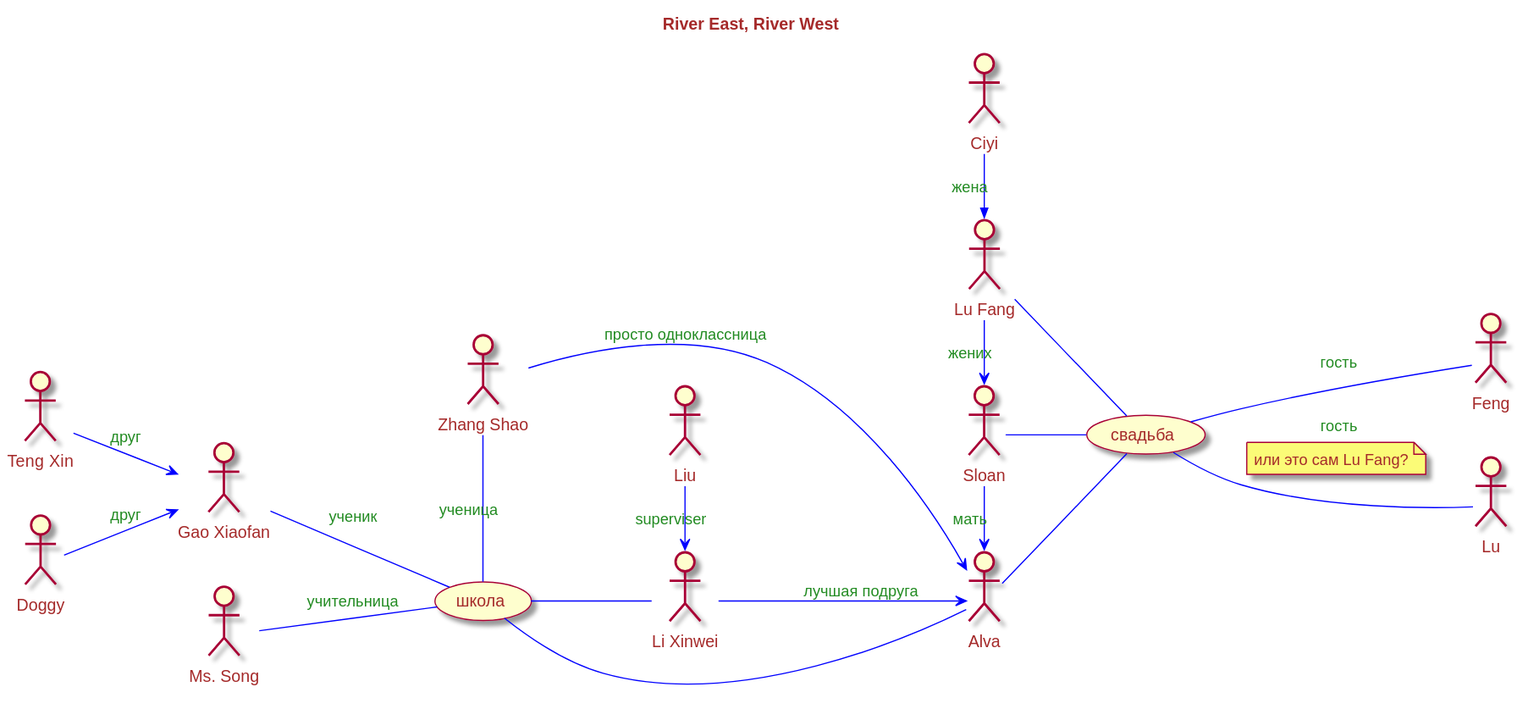
This is river-River_East__River_West.svg from olek3/reading, a PlantUML export, as it was before one commit.
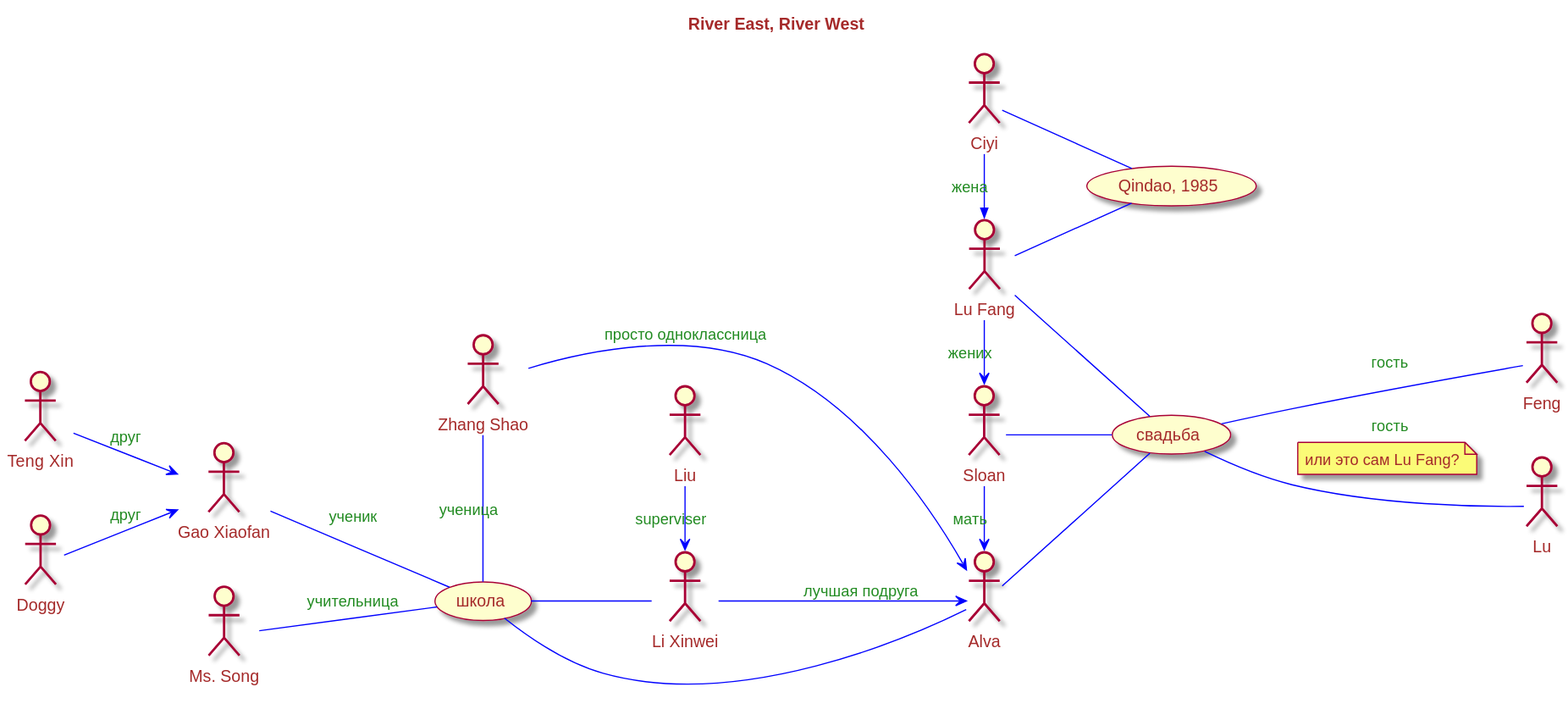
The same diagram one commit later.

Diff of the diagram source:
```diff
@@ -65,5 +65,11 @@
 
 :Ciyi: as Ciyi
 
+
+(Qindao, 1985) as Qingdao
+
 Ciyi ->> Fang : жена
+
+Ciyi -- Qingdao
+Fang -- Qingdao
 @enduml
```
